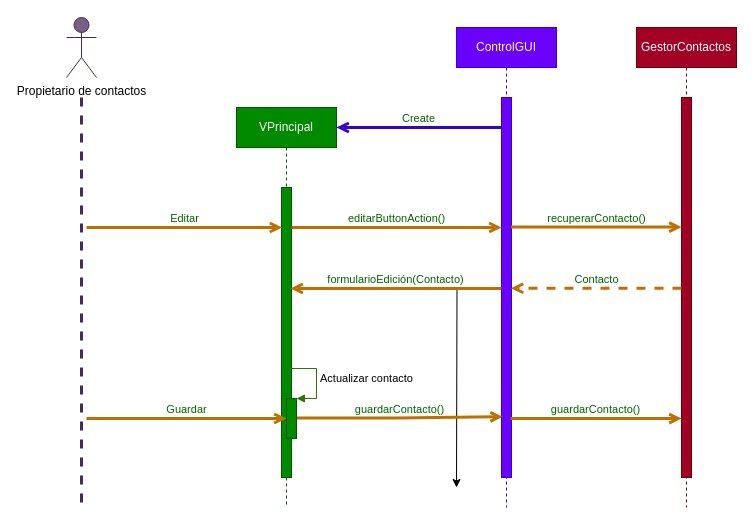
Before: diagramas/diagramas de secuencia/secuenciaC2_Editar.drawio in JuanCarlosGarciaZepeda/SmartScheduler, a draw.io diagram. Source tidied: cells renumbered, new cells numbered last; positions are measured from the earlier drawing's top-left corner, leaving out a move shared by most shapes. Both pictures are drawn from the tidied source at 100%, with x=0, y=0 at pixel (66, 17).
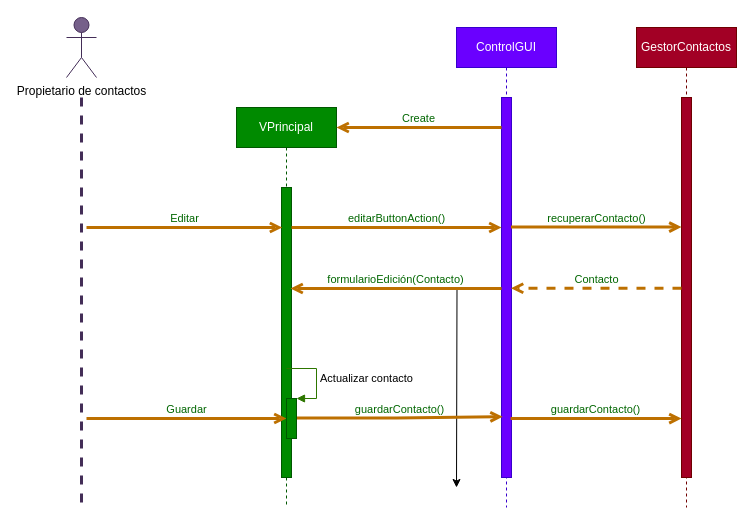
Above is the later version.

The change refers to these unchanged cells:
```xml
<mxCell id="8" style="html=1;points=[];perimeter=orthogonalPerimeter;fillColor=#6a00ff;strokeColor=#3700CC;fontColor=#ffffff;" parent="6" vertex="1">
  <mxGeometry x="45" y="70" width="10" height="380" as="geometry" />
</mxCell>
```

Diff of the diagram source:
```diff
@@
-    <mxCell id="13" value="Create" style="html=1;verticalAlign=bottom;labelBackgroundColor=none;endArrow=open;endFill=0;fontColor=#006600;strokeWidth=3;fillColor=#6a00ff;strokeColor=#3700CC;" parent="1" edge="1" source="8">
+    <mxCell id="13" value="Create" style="html=1;verticalAlign=bottom;labelBackgroundColor=none;endArrow=open;endFill=0;fontColor=#006600;strokeWidth=3;fillColor=#f0a30a;strokeColor=#BD7000;" parent="1" edge="1" source="8">
       <mxGeometry relative="1" as="geometry">
         <mxPoint x="270" y="110" as="targetPoint" />
       </mxGeometry>
     </mxCell>
```
